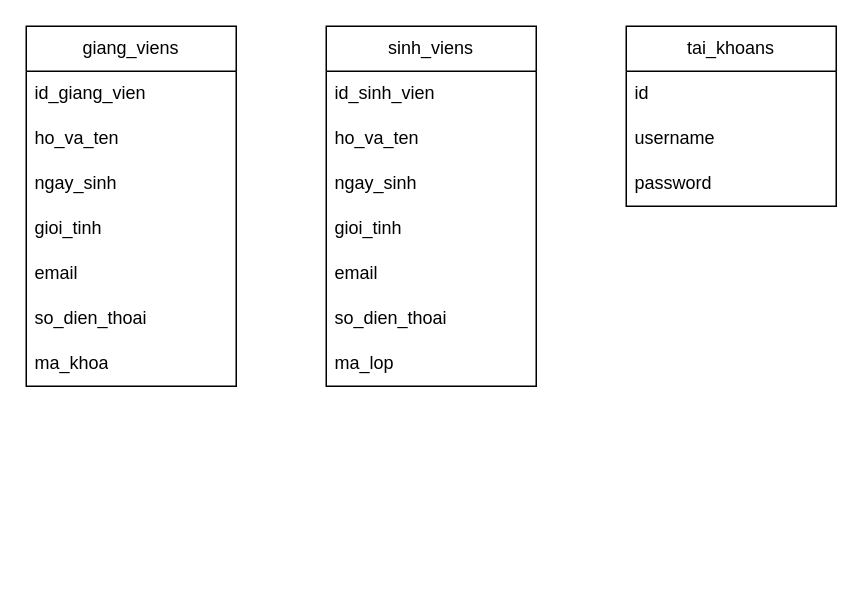
This is CDIO4.drawio from danghoan03/danghoan03, a draw.io file, before an edit. Source tidied: cells renumbered, new cells numbered last; positions are measured from the earlier drawing's top-left corner, leaving out a move shared by most shapes. Both pictures are drawn from the tidied source at 150%, with x=0, y=0 at pixel (26, 26).
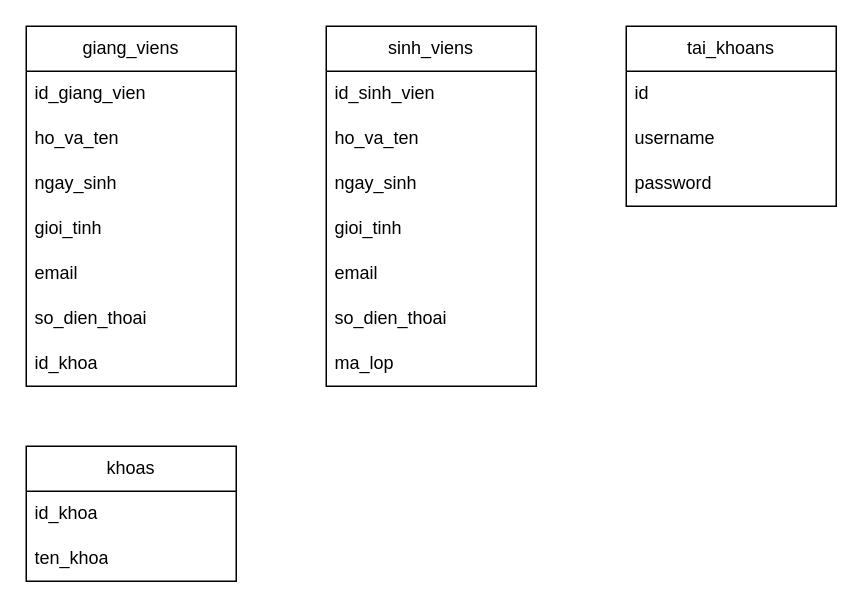
The same diagram, later.

Commit message:
Cập nhật CDIO4.drawio

The change refers to these unchanged cells:
```xml
<mxCell id="2" value="giang_viens" style="swimlane;fontStyle=0;horizontal=1;startSize=30;whiteSpace=wrap;html=1;" parent="1" vertex="1">
  <mxGeometry width="140" height="240" as="geometry" />
</mxCell>
```

The edit, as a diff of the source:
```diff
@@
-    <mxCell id="9" value="ma_khoa" style="text;strokeColor=none;fillColor=none;align=left;verticalAlign=middle;spacingLeft=4;spacingRight=4;overflow=hidden;whiteSpace=wrap;html=1;" parent="2" vertex="1">
+    <mxCell id="9" value="id_khoa" style="text;strokeColor=none;fillColor=none;align=left;verticalAlign=middle;spacingLeft=4;spacingRight=4;overflow=hidden;whiteSpace=wrap;html=1;" parent="2" vertex="1">
       <mxGeometry y="210" width="140" height="30" as="geometry" />
     </mxCell>
@@
+    <mxCell id="22" value="khoas" style="swimlane;fontStyle=0;horizontal=1;startSize=30;whiteSpace=wrap;html=1;" parent="1" vertex="1">
+      <mxGeometry y="280" width="140" height="90" as="geometry" />
+    </mxCell>
+    <mxCell id="23" value="id_khoa" style="text;strokeColor=none;fillColor=none;align=left;verticalAlign=middle;spacingLeft=4;spacingRight=4;overflow=hidden;whiteSpace=wrap;html=1;" parent="22" vertex="1">
+      <mxGeometry y="30" width="140" height="30" as="geometry" />
+    </mxCell>
+    <mxCell id="24" value="ten_khoa" style="text;strokeColor=none;fillColor=none;align=left;verticalAlign=middle;spacingLeft=4;spacingRight=4;overflow=hidden;whiteSpace=wrap;html=1;" parent="22" vertex="1">
+      <mxGeometry y="60" width="140" height="30" as="geometry" />
+    </mxCell>
```
